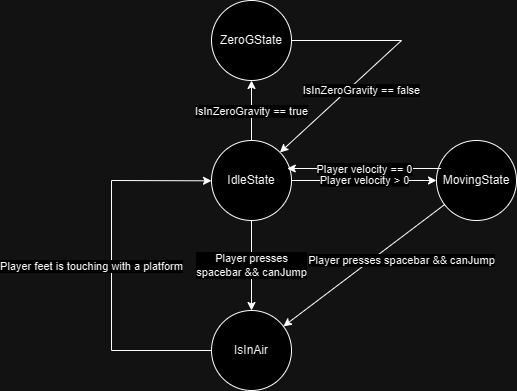
AhmattoGitHub/FirstGame keeps this draw.io diagram as Player FSM.drawio.png. Above is the earlier version. Source tidied: cells renumbered, new cells last; positions are measured from the earlier drawing's top-left corner, leaving out a move shared by most shapes. The source it was exported from:
```xml
<mxGraphModel>
  <root>
    <mxCell id="0" />
    <mxCell id="1" parent="0" />
    <mxCell id="2" value="IdleState" style="ellipse;whiteSpace=wrap;html=1;" parent="1" vertex="1">
      <mxGeometry x="100" y="140" width="80" height="80" as="geometry" />
    </mxCell>
    <mxCell id="3" value="MovingState" style="ellipse;whiteSpace=wrap;html=1;" parent="1" vertex="1">
      <mxGeometry x="325" y="140" width="80" height="80" as="geometry" />
    </mxCell>
    <mxCell id="4" value="IsInAir" style="ellipse;whiteSpace=wrap;html=1;" parent="1" vertex="1">
      <mxGeometry x="100" y="310" width="80" height="80" as="geometry" />
    </mxCell>
    <mxCell id="5" value="ZeroGState" style="ellipse;whiteSpace=wrap;html=1;" parent="1" vertex="1">
      <mxGeometry x="100" width="80" height="80" as="geometry" />
    </mxCell>
    <mxCell id="6" value="Player velocity &amp;gt; 0" style="endArrow=classic;html=1;rounded=0;" parent="1" edge="1" source="2" target="3">
      <mxGeometry relative="1" as="geometry" />
    </mxCell>
    <mxCell id="7" value="Player presses spacebar &amp;amp;&amp;amp; canJump" style="endArrow=classic;html=1;rounded=0;" parent="1" edge="1" source="3" target="4">
      <mxGeometry x="-0.33" y="19" relative="1" as="geometry" />
    </mxCell>
    <mxCell id="8" value="Player presses&lt;br&gt;spacebar &amp;amp;&amp;amp; canJump" style="endArrow=classic;html=1;rounded=0;" parent="1" edge="1" source="2" target="4">
      <mxGeometry relative="1" as="geometry" />
    </mxCell>
    <mxCell id="9" style="endArrow=classic;html=1;rounded=0;" parent="1" edge="1" source="2" target="5">
      <mxGeometry relative="1" as="geometry" />
    </mxCell>
    <mxCell id="10" value="IsInZeroGravity == true" style="edgeLabel;html=1;align=center;verticalAlign=middle;" parent="9" vertex="1">
      <mxGeometry x="-0.03" relative="1" as="geometry" />
    </mxCell>
    <mxCell id="11" style="endArrow=classic;html=1;rounded=0;entryX=0.947;entryY=0.35;entryDx=0;entryDy=0;entryPerimeter=0;exitX=0.058;exitY=0.35;exitDx=0;exitDy=0;exitPerimeter=0;" parent="1" edge="1">
      <mxGeometry relative="1" as="geometry">
        <mxPoint x="329.6" y="168" as="sourcePoint" />
        <mxPoint x="175.8" y="168" as="targetPoint" />
      </mxGeometry>
    </mxCell>
    <mxCell id="12" value="Player velocity == 0" style="edgeLabel;html=1;align=center;verticalAlign=middle;" parent="11" vertex="1">
      <mxGeometry y="1" relative="1" as="geometry" />
    </mxCell>
    <mxCell id="13" style="endArrow=classic;html=1;rounded=0;" parent="1" edge="1" source="4" target="2">
      <mxGeometry relative="1" as="geometry">
        <Array as="points">
          <mxPoint y="350" />
          <mxPoint y="180" />
        </Array>
      </mxGeometry>
    </mxCell>
    <mxCell id="14" value="Player feet is touching with a platform" style="edgeLabel;html=1;align=center;verticalAlign=middle;" parent="13" vertex="1">
      <mxGeometry y="1" relative="1" as="geometry">
        <mxPoint x="-19" as="offset" />
      </mxGeometry>
    </mxCell>
    <mxCell id="15" style="endArrow=classic;html=1;rounded=0;entryX=1;entryY=0;entryDx=0;entryDy=0;" parent="1" edge="1" source="5" target="2">
      <mxGeometry relative="1" as="geometry">
        <Array as="points">
          <mxPoint x="290" y="40" />
        </Array>
      </mxGeometry>
    </mxCell>
    <mxCell id="16" value="IsInZeroGravity == false" style="edgeLabel;html=1;align=center;verticalAlign=middle;" parent="15" vertex="1">
      <mxGeometry x="0.41" relative="1" as="geometry">
        <mxPoint x="22" y="-7" as="offset" />
      </mxGeometry>
    </mxCell>
  </root>
</mxGraphModel>
```
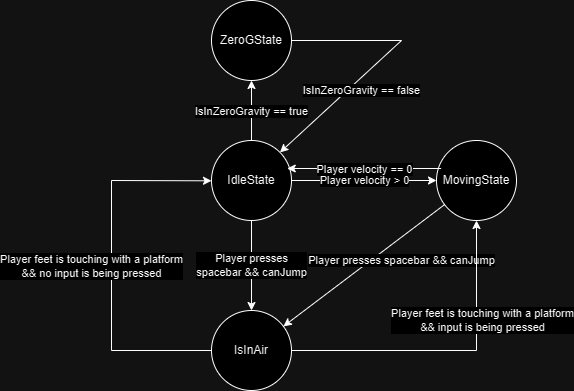
After the commit.

Commit message:
+Adjust FSM model

Diff of the diagram source:
```diff
@@ -46,7 +46,7 @@
         </Array>
       </mxGeometry>
     </mxCell>
-    <mxCell id="14" value="Player feet is touching with a platform" style="edgeLabel;html=1;align=center;verticalAlign=middle;" parent="13" vertex="1">
+    <mxCell id="14" value="Player feet is touching with a platform&lt;br&gt;&amp;amp;&amp;amp; no input is being pressed" style="edgeLabel;html=1;align=center;verticalAlign=middle;" parent="13" vertex="1">
       <mxGeometry y="1" relative="1" as="geometry">
         <mxPoint x="-19" as="offset" />
       </mxGeometry>
@@ -63,5 +63,17 @@
         <mxPoint x="22" y="-7" as="offset" />
       </mxGeometry>
     </mxCell>
+    <mxCell id="17" style="endArrow=classic;html=1;rounded=0;" parent="1" edge="1" source="4" target="3">
+      <mxGeometry relative="1" as="geometry">
+        <Array as="points">
+          <mxPoint x="365" y="350" />
+        </Array>
+      </mxGeometry>
+    </mxCell>
+    <mxCell id="18" value="Player feet is touching with a platform&lt;br&gt;&amp;amp;&amp;amp; input is being pressed" style="edgeLabel;html=1;align=center;verticalAlign=middle;" parent="17" vertex="1">
+      <mxGeometry x="-0.49" relative="1" as="geometry">
+        <mxPoint x="111" y="-30" as="offset" />
+      </mxGeometry>
+    </mxCell>
   </root>
 </mxGraphModel>
```
